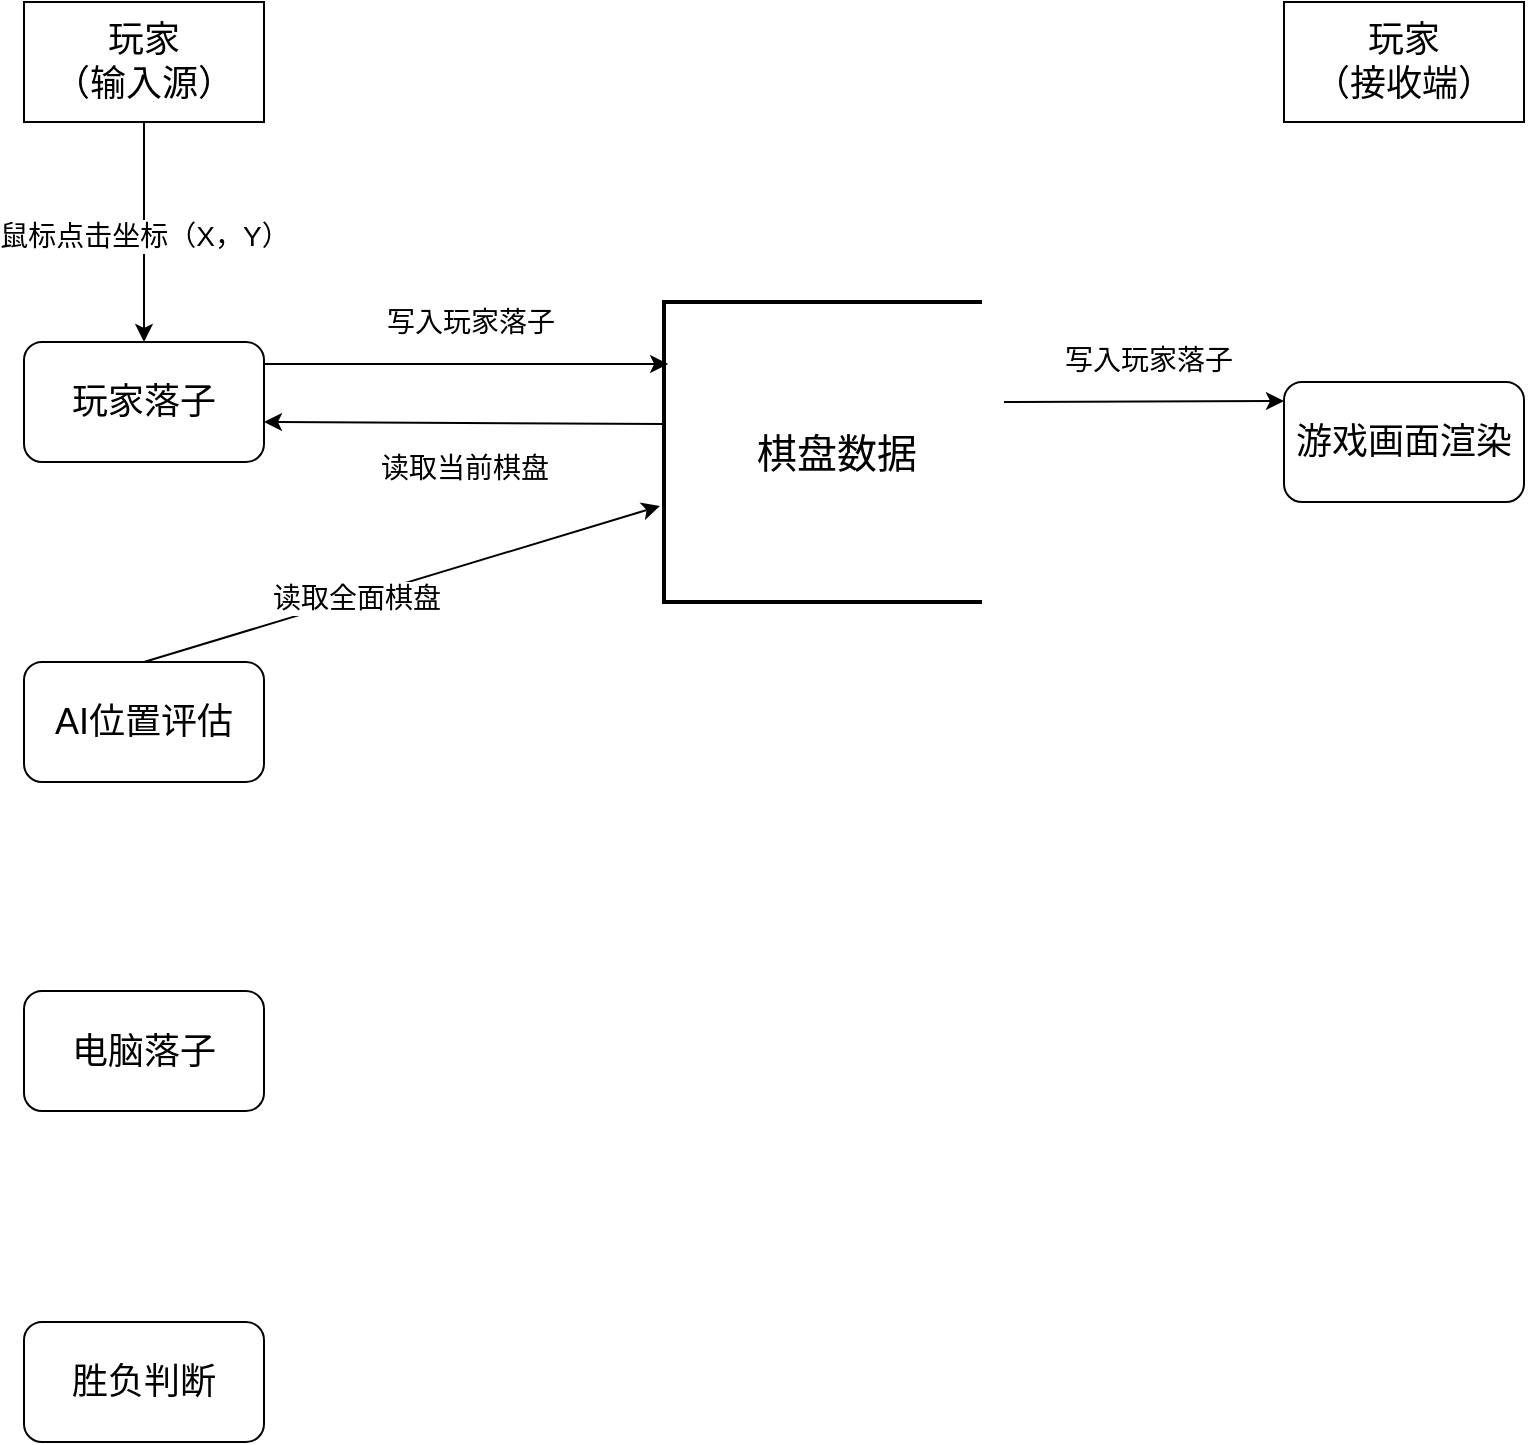
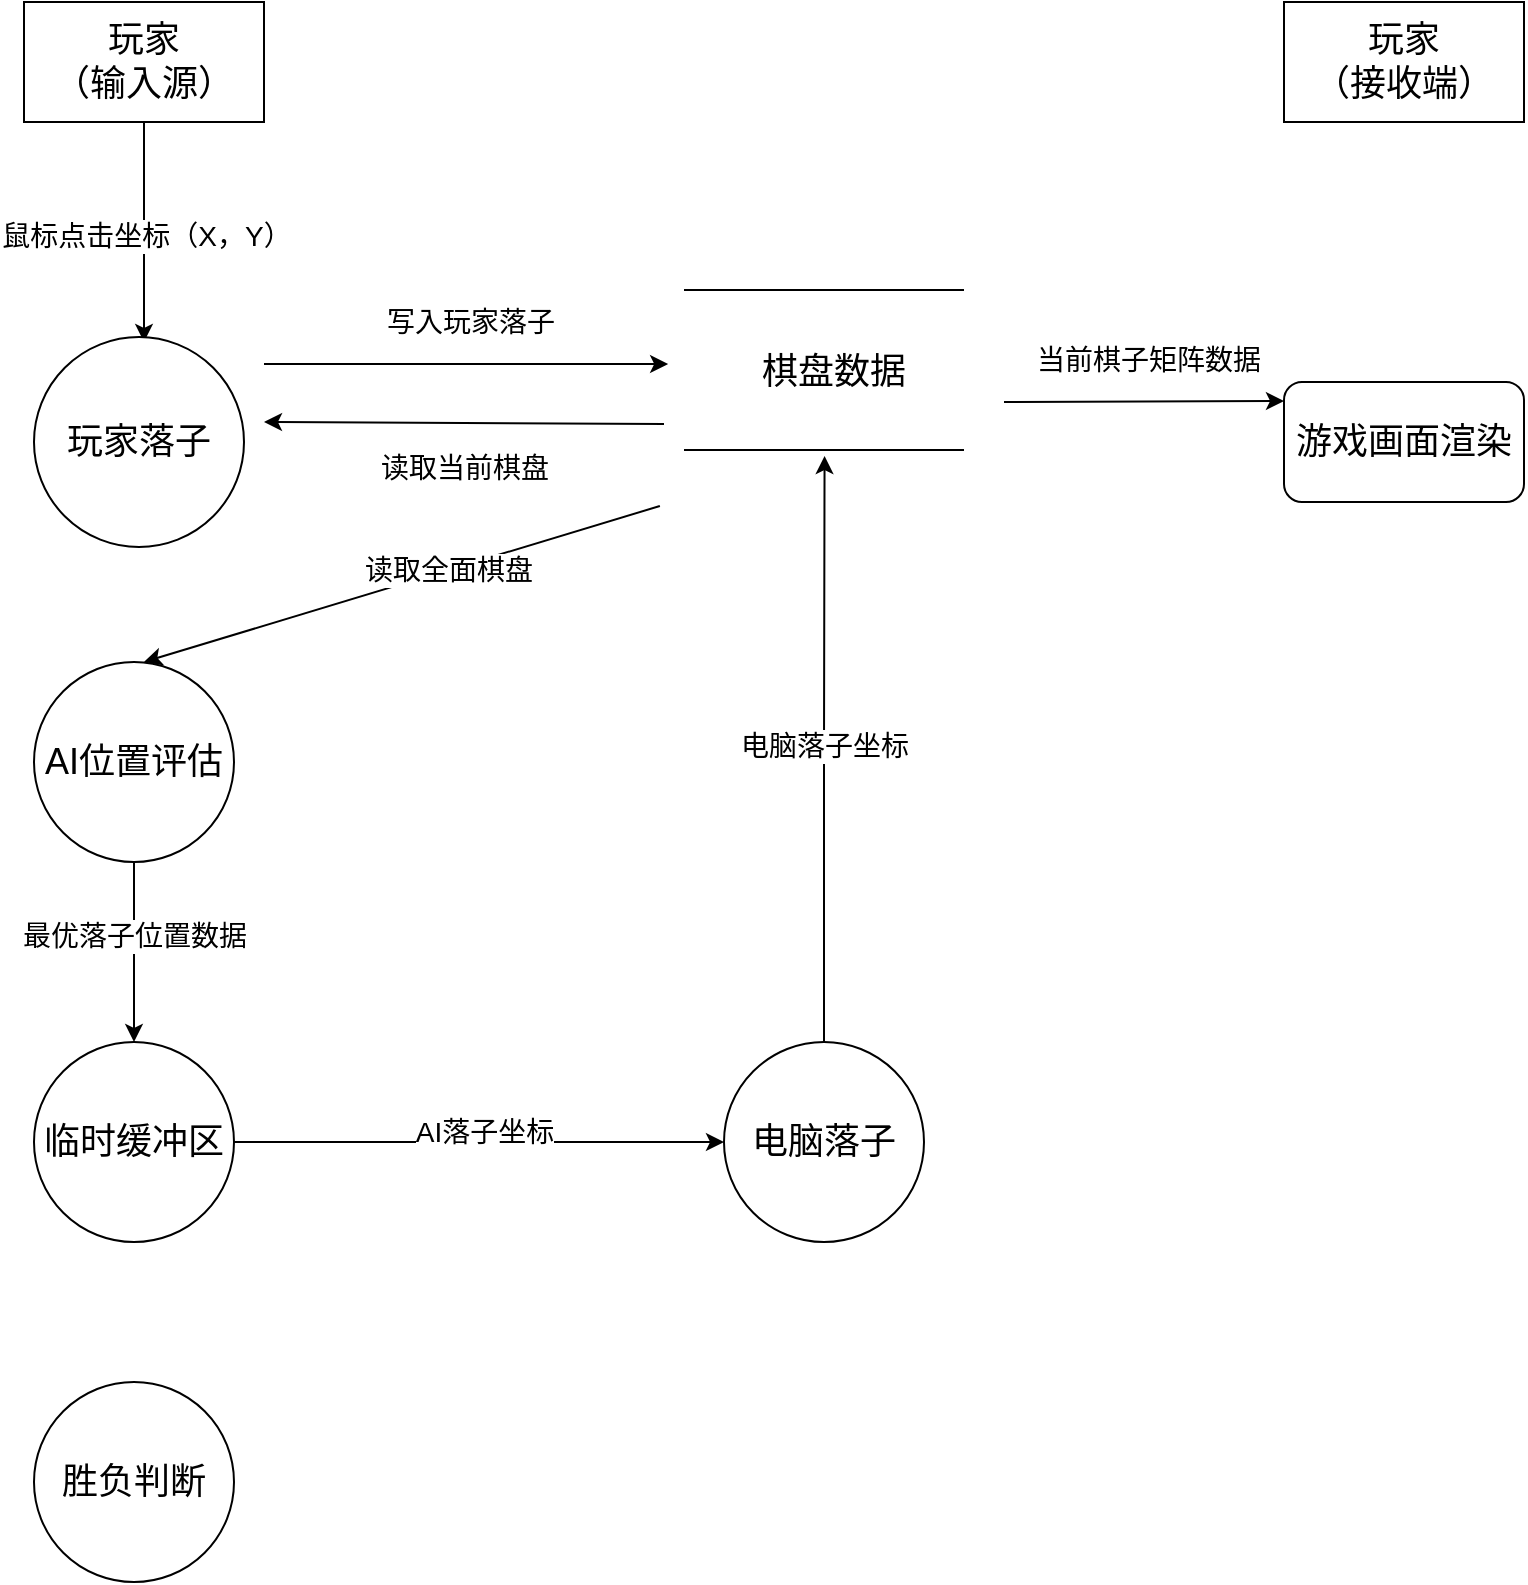
<mxfile host="app.diagrams.net">
  <diagram name="Page-1" id="hryGj0KzSXnJhMcqTr9-">
-     <mxGraphModel dx="2054" dy="1198" grid="1" gridSize="10" guides="1" tooltips="1" connect="1" arrows="1" fold="1" page="1" pageScale="1" pageWidth="827" pageHeight="1169" math="0" shadow="0">
+     <mxGraphModel dx="1201" dy="825" grid="1" gridSize="10" guides="1" tooltips="1" connect="1" arrows="1" fold="1" page="1" pageScale="1" pageWidth="827" pageHeight="1169" math="0" shadow="0">
      <root>
        <mxCell id="0" />
        <mxCell id="1" parent="0" />
-         <mxCell id="fDHwApNMCYBN-XmplwMt-11" edge="1" parent="1" source="fDHwApNMCYBN-XmplwMt-3" style="edgeStyle=orthogonalEdgeStyle;rounded=0;orthogonalLoop=1;jettySize=auto;html=1;exitX=0.5;exitY=1;exitDx=0;exitDy=0;entryX=0.5;entryY=0;entryDx=0;entryDy=0;" target="fDHwApNMCYBN-XmplwMt-5">
-           <mxGeometry relative="1" as="geometry" />
+         <mxCell id="fDHwApNMCYBN-XmplwMt-11" edge="1" parent="1" source="fDHwApNMCYBN-XmplwMt-3" style="edgeStyle=orthogonalEdgeStyle;rounded=0;orthogonalLoop=1;jettySize=auto;html=1;exitX=0.5;exitY=1;exitDx=0;exitDy=0;entryX=0.5;entryY=0;entryDx=0;entryDy=0;">
+           <mxGeometry relative="1" as="geometry">
+             <mxPoint x="90" y="230" as="targetPoint" />
+           </mxGeometry>
        </mxCell>
        <mxCell id="fDHwApNMCYBN-XmplwMt-12" connectable="0" parent="fDHwApNMCYBN-XmplwMt-11" style="edgeLabel;html=1;align=center;verticalAlign=middle;resizable=0;points=[];" value="&lt;font style=&quot;font-size: 14px;&quot;&gt;鼠标点击坐标（X，Y）&lt;/font&gt;" vertex="1">
          <mxGeometry relative="1" x="0.0364" as="geometry">
            <mxPoint as="offset" />
          </mxGeometry>
        </mxCell>
        <mxCell id="fDHwApNMCYBN-XmplwMt-3" parent="1" style="rounded=0;whiteSpace=wrap;html=1;" value="&lt;font style=&quot;font-size: 18px;&quot;&gt;玩家&lt;/font&gt;&lt;div&gt;&lt;font style=&quot;font-size: 18px;&quot;&gt;（输入源）&lt;/font&gt;&lt;/div&gt;" vertex="1">
          <mxGeometry height="60" width="120" x="30" y="60" as="geometry" />
        </mxCell>
-         <mxCell id="fDHwApNMCYBN-XmplwMt-5" parent="1" style="rounded=1;whiteSpace=wrap;html=1;" value="&lt;font style=&quot;font-size: 18px;&quot;&gt;玩家落子&lt;/font&gt;" vertex="1">
-           <mxGeometry height="60" width="120" x="30" y="230" as="geometry" />
-         </mxCell>
-         <mxCell id="fDHwApNMCYBN-XmplwMt-6" parent="1" style="rounded=1;whiteSpace=wrap;html=1;" value="&lt;font style=&quot;font-size: 18px;&quot;&gt;AI位置评估&lt;/font&gt;" vertex="1">
-           <mxGeometry height="60" width="120" x="30" y="390" as="geometry" />
-         </mxCell>
-         <mxCell id="fDHwApNMCYBN-XmplwMt-7" parent="1" style="rounded=1;whiteSpace=wrap;html=1;" value="&lt;font style=&quot;font-size: 18px;&quot;&gt;电脑落子&lt;/font&gt;" vertex="1">
-           <mxGeometry height="60" width="120" x="30" y="554.5" as="geometry" />
-         </mxCell>
-         <mxCell id="fDHwApNMCYBN-XmplwMt-8" parent="1" style="rounded=1;whiteSpace=wrap;html=1;" value="&lt;font style=&quot;font-size: 18px;&quot;&gt;胜负判断&lt;/font&gt;" vertex="1">
-           <mxGeometry height="60" width="120" x="30" y="720" as="geometry" />
-         </mxCell>
        <mxCell id="fDHwApNMCYBN-XmplwMt-9" parent="1" style="rounded=1;whiteSpace=wrap;html=1;" value="&lt;font style=&quot;font-size: 18px;&quot;&gt;游戏画面渲染&lt;/font&gt;" vertex="1">
          <mxGeometry height="60" width="120" x="660" y="250" as="geometry" />
        </mxCell>
        <mxCell id="fDHwApNMCYBN-XmplwMt-10" parent="1" style="rounded=0;whiteSpace=wrap;html=1;" value="&lt;span style=&quot;font-size: 18px;&quot;&gt;玩家&lt;/span&gt;&lt;div&gt;&lt;span style=&quot;font-size: 18px;&quot;&gt;（接收端）&lt;/span&gt;&lt;/div&gt;" vertex="1">
          <mxGeometry height="60" width="120" x="660" y="60" as="geometry" />
-         </mxCell>
-         <mxCell id="SoA14i47H3jGXmkj97EN-1" parent="1" style="strokeWidth=2;html=1;shape=mxgraph.flowchart.annotation_1;align=left;pointerEvents=1;" value="&lt;font style=&quot;font-size: 20px;&quot;&gt;&lt;font style=&quot;&quot;&gt;&amp;nbsp; &amp;nbsp; &amp;nbsp; &amp;nbsp; 棋盘数据&lt;/font&gt;&lt;/font&gt;" vertex="1">
-           <mxGeometry height="150" width="159" x="350" y="210" as="geometry" />
        </mxCell>
        <mxCell id="SoA14i47H3jGXmkj97EN-10" edge="1" parent="1" style="endArrow=classic;html=1;rounded=0;entryX=0.013;entryY=0.14;entryDx=0;entryDy=0;entryPerimeter=0;" value="">
          <mxGeometry height="50" relative="1" width="50" as="geometry">
            <mxPoint x="150" y="241" as="sourcePoint" />
            <mxPoint x="352.067" y="241" as="targetPoint" />
          </mxGeometry>
        </mxCell>
        <mxCell id="SoA14i47H3jGXmkj97EN-11" connectable="0" parent="SoA14i47H3jGXmkj97EN-10" style="edgeLabel;html=1;align=center;verticalAlign=middle;resizable=0;points=[];" value="&lt;font style=&quot;font-size: 14px;&quot;&gt;写入玩家落子&lt;/font&gt;" vertex="1">
          <mxGeometry relative="1" x="0.0202" y="1" as="geometry">
            <mxPoint y="-20" as="offset" />
          </mxGeometry>
        </mxCell>
        <mxCell id="SoA14i47H3jGXmkj97EN-12" edge="1" parent="1" style="endArrow=classic;html=1;rounded=0;exitX=0.925;exitY=0;exitDx=0;exitDy=0;exitPerimeter=0;" value="">
          <mxGeometry height="50" relative="1" width="50" as="geometry">
            <mxPoint x="350" y="271" as="sourcePoint" />
            <mxPoint x="150" y="270" as="targetPoint" />
          </mxGeometry>
        </mxCell>
        <mxCell id="SoA14i47H3jGXmkj97EN-13" connectable="0" parent="SoA14i47H3jGXmkj97EN-12" style="edgeLabel;html=1;align=center;verticalAlign=middle;resizable=0;points=[];" value="&lt;font style=&quot;font-size: 14px;&quot;&gt;读取当前棋盘&lt;/font&gt;&lt;div&gt;&lt;font style=&quot;font-size: 14px;&quot;&gt;&lt;br&gt;&lt;/font&gt;&lt;/div&gt;" vertex="1">
          <mxGeometry relative="1" x="0.0202" y="1" as="geometry">
            <mxPoint x="2" y="29" as="offset" />
          </mxGeometry>
        </mxCell>
-         <mxCell id="SoA14i47H3jGXmkj97EN-14" edge="1" parent="1" style="endArrow=classic;html=1;rounded=0;entryX=-0.013;entryY=0.68;entryDx=0;entryDy=0;entryPerimeter=0;" target="SoA14i47H3jGXmkj97EN-1" value="">
+         <mxCell id="SoA14i47H3jGXmkj97EN-14" edge="1" parent="1" style="endArrow=classic;html=1;rounded=0;entryX=-0.013;entryY=0.68;entryDx=0;entryDy=0;entryPerimeter=0;exitX=-0.013;exitY=0.68;exitDx=0;exitDy=0;exitPerimeter=0;" value="">
          <mxGeometry height="50" relative="1" width="50" as="geometry">
-             <mxPoint x="90" y="390" as="sourcePoint" />
-             <mxPoint x="140" y="340" as="targetPoint" />
+             <mxPoint x="347.933" y="312" as="sourcePoint" />
+             <mxPoint x="90" y="390" as="targetPoint" />
          </mxGeometry>
        </mxCell>
        <mxCell id="SoA14i47H3jGXmkj97EN-15" connectable="0" parent="SoA14i47H3jGXmkj97EN-14" style="edgeLabel;html=1;align=center;verticalAlign=middle;resizable=0;points=[];" value="&lt;font style=&quot;font-size: 14px;&quot;&gt;读取全面棋盘&lt;/font&gt;" vertex="1">
          <mxGeometry relative="1" x="-0.1782" as="geometry">
            <mxPoint as="offset" />
          </mxGeometry>
        </mxCell>
        <mxCell id="SoA14i47H3jGXmkj97EN-16" edge="1" parent="1" style="endArrow=classic;html=1;rounded=0;entryX=0.013;entryY=0.14;entryDx=0;entryDy=0;entryPerimeter=0;" value="">
          <mxGeometry height="50" relative="1" width="50" as="geometry">
            <mxPoint x="520" y="260" as="sourcePoint" />
            <mxPoint x="659.9970000000001" y="259.5" as="targetPoint" />
          </mxGeometry>
        </mxCell>
-         <mxCell id="SoA14i47H3jGXmkj97EN-17" connectable="0" parent="SoA14i47H3jGXmkj97EN-16" style="edgeLabel;html=1;align=center;verticalAlign=middle;resizable=0;points=[];" value="&lt;font style=&quot;font-size: 14px;&quot;&gt;写入玩家落子&lt;/font&gt;" vertex="1">
+         <mxCell id="SoA14i47H3jGXmkj97EN-17" connectable="0" parent="SoA14i47H3jGXmkj97EN-16" style="edgeLabel;html=1;align=center;verticalAlign=middle;resizable=0;points=[];" value="&lt;span style=&quot;font-size: 14px;&quot;&gt;当前棋子矩阵数据&lt;/span&gt;" vertex="1">
          <mxGeometry relative="1" x="0.0202" y="1" as="geometry">
            <mxPoint y="-20" as="offset" />
+           </mxGeometry>
+         </mxCell>
+         <mxCell id="SoA14i47H3jGXmkj97EN-22" parent="1" style="ellipse;whiteSpace=wrap;html=1;aspect=fixed;" value="&lt;font style=&quot;font-size: 18px;&quot;&gt;玩家落子&lt;/font&gt;" vertex="1">
+           <mxGeometry height="105" width="105" x="35" y="227.5" as="geometry" />
+         </mxCell>
+         <mxCell id="SoA14i47H3jGXmkj97EN-23" parent="1" style="ellipse;whiteSpace=wrap;html=1;aspect=fixed;" value="&lt;font style=&quot;font-size: 18px;&quot;&gt;AI位置评估&lt;/font&gt;" vertex="1">
+           <mxGeometry height="100" width="100" x="35" y="390" as="geometry" />
+         </mxCell>
+         <mxCell id="SoA14i47H3jGXmkj97EN-24" parent="1" style="ellipse;whiteSpace=wrap;html=1;aspect=fixed;" value="&lt;font style=&quot;font-size: 18px;&quot;&gt;电脑落子&lt;/font&gt;" vertex="1">
+           <mxGeometry height="100" width="100" x="380" y="580" as="geometry" />
+         </mxCell>
+         <mxCell id="SoA14i47H3jGXmkj97EN-25" parent="1" style="ellipse;whiteSpace=wrap;html=1;aspect=fixed;" value="&lt;font style=&quot;font-size: 18px;&quot;&gt;胜负判断&lt;/font&gt;" vertex="1">
+           <mxGeometry height="100" width="100" x="35" y="750" as="geometry" />
+         </mxCell>
+         <mxCell id="SoA14i47H3jGXmkj97EN-27" parent="1" style="line;strokeWidth=1;fillColor=none;align=left;verticalAlign=middle;spacingTop=-1;spacingLeft=3;spacingRight=3;rotatable=0;labelPosition=right;points=[];portConstraint=eastwest;strokeColor=inherit;" value="" vertex="1">
+           <mxGeometry height="8" width="140" x="360" y="200" as="geometry" />
+         </mxCell>
+         <mxCell id="SoA14i47H3jGXmkj97EN-28" parent="1" style="line;strokeWidth=1;fillColor=none;align=left;verticalAlign=middle;spacingTop=-1;spacingLeft=3;spacingRight=3;rotatable=0;labelPosition=right;points=[];portConstraint=eastwest;strokeColor=inherit;" value="" vertex="1">
+           <mxGeometry height="8" width="140" x="360" y="280" as="geometry" />
+         </mxCell>
+         <mxCell id="SoA14i47H3jGXmkj97EN-29" parent="1" style="text;html=1;whiteSpace=wrap;strokeColor=none;fillColor=none;align=center;verticalAlign=middle;rounded=0;" value="&lt;font style=&quot;font-size: 18px;&quot;&gt;棋盘数据&lt;/font&gt;" vertex="1">
+           <mxGeometry height="30" width="110" x="380" y="230" as="geometry" />
+         </mxCell>
+         <mxCell id="SoA14i47H3jGXmkj97EN-33" edge="1" parent="1" source="SoA14i47H3jGXmkj97EN-30" style="edgeStyle=orthogonalEdgeStyle;rounded=0;orthogonalLoop=1;jettySize=auto;html=1;exitX=1;exitY=0.5;exitDx=0;exitDy=0;entryX=0;entryY=0.5;entryDx=0;entryDy=0;" target="SoA14i47H3jGXmkj97EN-24">
+           <mxGeometry relative="1" as="geometry" />
+         </mxCell>
+         <mxCell id="SoA14i47H3jGXmkj97EN-34" connectable="0" parent="SoA14i47H3jGXmkj97EN-33" style="edgeLabel;html=1;align=center;verticalAlign=middle;resizable=0;points=[];" value="&lt;font style=&quot;font-size: 14px;&quot;&gt;AI落子坐标&lt;/font&gt;" vertex="1">
+           <mxGeometry relative="1" x="0.0204" y="5" as="geometry">
+             <mxPoint as="offset" />
+           </mxGeometry>
+         </mxCell>
+         <mxCell id="SoA14i47H3jGXmkj97EN-30" parent="1" style="ellipse;whiteSpace=wrap;html=1;aspect=fixed;" value="&lt;font style=&quot;font-size: 18px;&quot;&gt;临时缓冲区&lt;/font&gt;" vertex="1">
+           <mxGeometry height="100" width="100" x="35" y="580" as="geometry" />
+         </mxCell>
+         <mxCell id="SoA14i47H3jGXmkj97EN-31" edge="1" parent="1" source="SoA14i47H3jGXmkj97EN-23" style="endArrow=classic;html=1;rounded=0;entryX=0.5;entryY=0;entryDx=0;entryDy=0;exitX=0.5;exitY=1;exitDx=0;exitDy=0;" target="SoA14i47H3jGXmkj97EN-30" value="">
+           <mxGeometry height="50" relative="1" width="50" as="geometry">
+             <mxPoint x="447.933" y="340" as="sourcePoint" />
+             <mxPoint x="190" y="418" as="targetPoint" />
+           </mxGeometry>
+         </mxCell>
+         <mxCell id="SoA14i47H3jGXmkj97EN-32" connectable="0" parent="SoA14i47H3jGXmkj97EN-31" style="edgeLabel;html=1;align=center;verticalAlign=middle;resizable=0;points=[];" value="&lt;span style=&quot;font-size: 14px;&quot;&gt;最优落子位置数据&lt;/span&gt;" vertex="1">
+           <mxGeometry relative="1" x="-0.1782" as="geometry">
+             <mxPoint as="offset" />
+           </mxGeometry>
+         </mxCell>
+         <mxCell id="SoA14i47H3jGXmkj97EN-35" edge="1" parent="1" source="SoA14i47H3jGXmkj97EN-24" style="edgeStyle=orthogonalEdgeStyle;rounded=0;orthogonalLoop=1;jettySize=auto;html=1;exitX=0.5;exitY=0;exitDx=0;exitDy=0;entryX=0.502;entryY=0.875;entryDx=0;entryDy=0;entryPerimeter=0;" target="SoA14i47H3jGXmkj97EN-28">
+           <mxGeometry relative="1" as="geometry" />
+         </mxCell>
+         <mxCell id="SoA14i47H3jGXmkj97EN-36" connectable="0" parent="SoA14i47H3jGXmkj97EN-35" style="edgeLabel;html=1;align=center;verticalAlign=middle;resizable=0;points=[];" value="&lt;span style=&quot;font-size: 14px;&quot;&gt;电脑落子坐标&lt;/span&gt;" vertex="1">
+           <mxGeometry relative="1" x="-0.0044" y="1" as="geometry">
+             <mxPoint y="-1" as="offset" />
          </mxGeometry>
        </mxCell>
      </root>
    </mxGraphModel>
  </diagram>
</mxfile>
